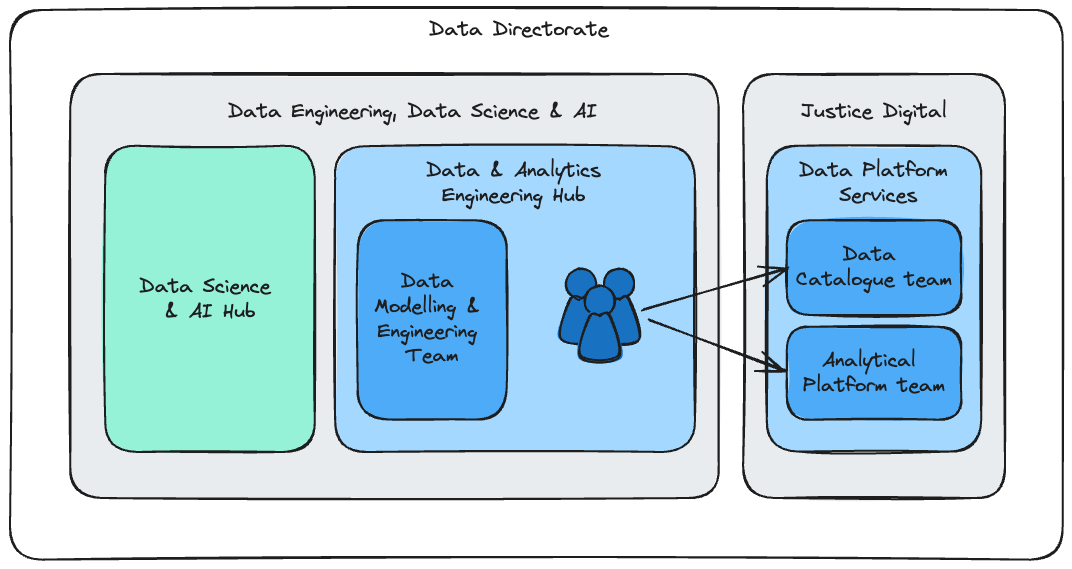
Above: src/content/about/structure/images/team-structure.excalidraw.png in ministryofjustice/data-and-analytics-engineering (Excalidraw), before the change. Source tidied: one line per element, renumbered; positions are measured from the earlier drawing's top-left corner, leaving out a move shared by most shapes. Source of this version:
```json
{"id": 0, "type": "rectangle", "strokeColor": "#1e1e1e", "backgroundColor": "#e9ecef", "fillStyle": "solid", "strokeWidth": 2, "roughness": 1, "round": true, "x": 733, "y": 64, "width": 262, "height": 424}
{"id": 1, "type": "rectangle", "strokeColor": "#1e1e1e", "backgroundColor": "#e9ecef", "fillStyle": "solid", "strokeWidth": 2, "roughness": 1, "round": true, "x": 60, "y": 64, "width": 648, "height": 424}
{"id": 2, "type": "rectangle", "strokeColor": "#1e1e1e", "backgroundColor": "#96f2d7", "fillStyle": "solid", "strokeWidth": 2, "roughness": 1, "round": true, "x": 95, "y": 136, "width": 210, "height": 306}
{"id": 3, "type": "text", "text": "Data Science \n& AI Hub", "strokeColor": "#1e1e1e", "strokeWidth": 2, "roughness": 1, "fontSize": 20, "fontFamily": 1, "textAlign": "center", "verticalAlign": "middle", "inside": 2, "x": 129, "y": 264, "width": 141, "height": 50}
{"id": 4, "type": "rectangle", "strokeColor": "#1e1e1e", "backgroundColor": "#a5d8ff", "fillStyle": "solid", "strokeWidth": 2, "roughness": 1, "round": true, "x": 325, "y": 136, "width": 360, "height": 306}
{"id": 5, "type": "rectangle", "strokeColor": "#1e1e1e", "backgroundColor": "#4dabf7", "fillStyle": "solid", "strokeWidth": 2, "roughness": 1, "round": true, "x": 348, "y": 210, "width": 149, "height": 199}
{"id": 6, "type": "text", "text": "Data \nModelling & \nEngineering \nTeam", "strokeColor": "#1e1e1e", "backgroundColor": "#96f2d7", "fillStyle": "hachure", "strokeWidth": 2, "roughness": 1, "fontSize": 19.79, "fontFamily": 1, "textAlign": "center", "verticalAlign": "middle", "inside": 5, "x": 364, "y": 260, "width": 116, "height": 99}
{"id": 7, "type": "text", "text": "Data & Analytics\nEngineering Hub", "strokeColor": "#1e1e1e", "backgroundColor": "#96f2d7", "fillStyle": "solid", "strokeWidth": 2, "roughness": 1, "fontSize": 20, "fontFamily": 1, "textAlign": "center", "x": 416, "y": 148, "width": 175, "height": 50}
{"id": 8, "type": "text", "text": "Data Engineering, Data Science & AI", "strokeColor": "#1e1e1e", "backgroundColor": "#96f2d7", "fillStyle": "solid", "strokeWidth": 2, "roughness": 1, "fontSize": 20, "fontFamily": 1, "x": 218, "y": 89, "width": 369, "height": 25}
{"id": 9, "type": "text", "text": "Justice Digital", "strokeColor": "#1e1e1e", "backgroundColor": "#96f2d7", "fillStyle": "solid", "strokeWidth": 2, "roughness": 1, "fontSize": 20, "fontFamily": 1, "x": 791, "y": 89, "width": 146, "height": 25}
{"id": 10, "type": "ellipse", "strokeColor": "#1e1e1e", "backgroundColor": "#1971c2", "fillStyle": "solid", "strokeWidth": 2, "roughness": 1, "x": 556, "y": 259, "width": 30, "height": 30}
{"id": 11, "type": "line", "strokeColor": "#1e1e1e", "backgroundColor": "#1971c2", "fillStyle": "solid", "strokeWidth": 2, "roughness": 1, "round": true, "x": 571, "y": 289, "width": 40, "height": 40, "points": [[0, 0], [10, 0], [20, 40], [-20, 40], [-10, 0], [0, 0]]}
{"id": 12, "type": "ellipse", "strokeColor": "#1e1e1e", "backgroundColor": "#1971c2", "fillStyle": "solid", "strokeWidth": 2, "roughness": 1, "x": 594, "y": 259, "width": 30, "height": 30}
{"id": 13, "type": "line", "strokeColor": "#1e1e1e", "backgroundColor": "#1971c2", "fillStyle": "solid", "strokeWidth": 2, "roughness": 1, "round": true, "x": 609, "y": 289, "width": 40, "height": 40, "points": [[0, 0], [10, 0], [20, 40], [-20, 40], [-10, 0], [0, 0]]}
{"id": 14, "type": "ellipse", "strokeColor": "#1e1e1e", "backgroundColor": "#1971c2", "fillStyle": "solid", "strokeWidth": 2, "roughness": 1, "x": 575, "y": 276, "width": 30, "height": 30}
{"id": 15, "type": "line", "strokeColor": "#1e1e1e", "backgroundColor": "#1971c2", "fillStyle": "solid", "strokeWidth": 2, "roughness": 1, "round": true, "x": 590, "y": 306, "width": 40, "height": 40, "points": [[0, 0], [10, 0], [20, 40], [-20, 40], [-10, 0], [0, 0]]}
{"id": 16, "type": "rectangle", "strokeColor": "#1e1e1e", "backgroundColor": "#a5d8ff", "fillStyle": "solid", "strokeWidth": 2, "roughness": 1, "round": true, "x": 757, "y": 136, "width": 214, "height": 306}
{"id": 17, "type": "text", "text": "Data Platform \nServices", "strokeColor": "#1e1e1e", "strokeWidth": 2, "roughness": 1, "fontSize": 20, "fontFamily": 1, "textAlign": "center", "x": 789, "y": 148, "width": 159, "height": 50}
{"id": 18, "type": "rectangle", "strokeColor": "#1e1e1e", "backgroundColor": "#4dabf7", "fillStyle": "solid", "strokeWidth": 2, "roughness": 1, "round": true, "x": 777, "y": 210, "width": 175, "height": 95}
{"id": 19, "type": "text", "text": "Data \nCatalogue team", "strokeColor": "#1e1e1e", "backgroundColor": "#96f2d7", "fillStyle": "hachure", "strokeWidth": 2, "roughness": 1, "fontSize": 19.79, "fontFamily": 1, "textAlign": "center", "verticalAlign": "middle", "inside": 18, "x": 786, "y": 233, "width": 156, "height": 49}
{"id": 20, "type": "rectangle", "strokeColor": "#1e1e1e", "backgroundColor": "#4dabf7", "fillStyle": "solid", "strokeWidth": 2, "roughness": 1, "round": true, "x": 777, "y": 317, "width": 175, "height": 93}
{"id": 21, "type": "text", "text": "Analytical \nPlatform team", "strokeColor": "#1e1e1e", "backgroundColor": "#96f2d7", "fillStyle": "hachure", "strokeWidth": 2, "roughness": 1, "fontSize": 19.79, "fontFamily": 1, "textAlign": "center", "verticalAlign": "middle", "inside": 20, "x": 793, "y": 339, "width": 142, "height": 49}
{"id": 22, "type": "arrow", "strokeColor": "#1e1e1e", "strokeWidth": 2, "roughness": 1, "endArrowhead": "arrow", "round": true, "to": 18, "x": 633, "y": 301, "width": 145, "height": 43, "points": [[0, 0], [145, -43]]}
{"id": 23, "type": "arrow", "strokeColor": "#1e1e1e", "strokeWidth": 2, "roughness": 1, "endArrowhead": "arrow", "round": true, "to": 20, "x": 639, "y": 311, "width": 137, "height": 50, "points": [[0, 0], [137, 50]]}
{"id": 24, "type": "rectangle", "strokeColor": "#1e1e1e", "strokeWidth": 2, "roughness": 1, "round": true, "x": 0, "y": 0, "width": 1053, "height": 550}
{"id": 25, "type": "text", "text": "Data Directorate", "strokeColor": "#1e1e1e", "strokeWidth": 2, "roughness": 1, "fontSize": 20, "fontFamily": 1, "x": 419, "y": 7, "width": 180, "height": 25}
```
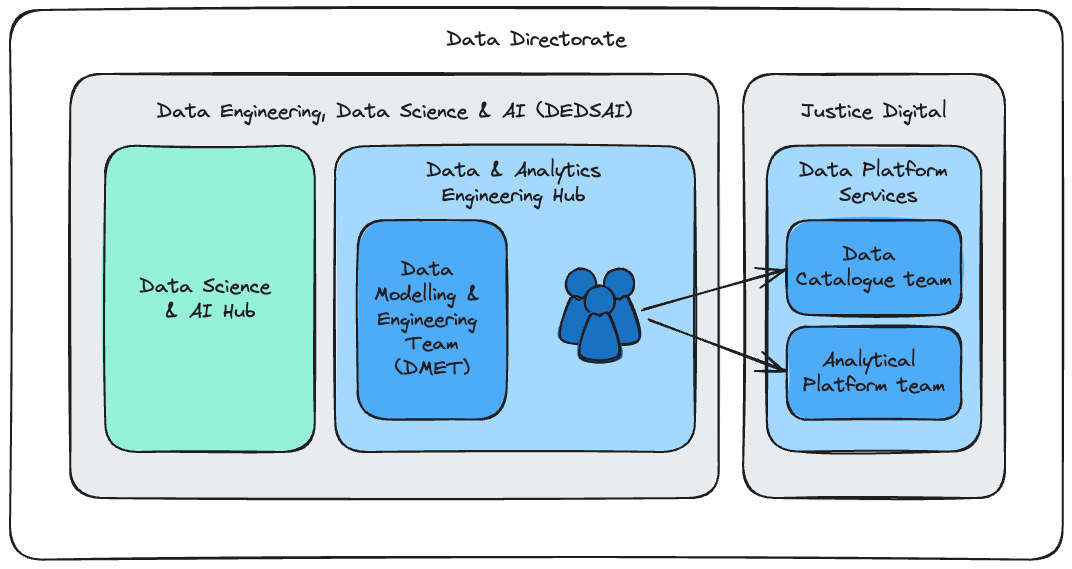
The same file after the commit.

What changed in the source:
```diff
@@ -4,9 +4,9 @@
 {"id": 3, "type": "text", "text": "Data Science \n& AI Hub", "strokeColor": "#1e1e1e", "strokeWidth": 2, "roughness": 1, "fontSize": 20, "fontFamily": 1, "textAlign": "center", "verticalAlign": "middle", "inside": 2, "x": 129, "y": 264, "width": 141, "height": 50}
 {"id": 4, "type": "rectangle", "strokeColor": "#1e1e1e", "backgroundColor": "#a5d8ff", "fillStyle": "solid", "strokeWidth": 2, "roughness": 1, "round": true, "x": 325, "y": 136, "width": 360, "height": 306}
 {"id": 5, "type": "rectangle", "strokeColor": "#1e1e1e", "backgroundColor": "#4dabf7", "fillStyle": "solid", "strokeWidth": 2, "roughness": 1, "round": true, "x": 348, "y": 210, "width": 149, "height": 199}
-{"id": 6, "type": "text", "text": "Data \nModelling & \nEngineering \nTeam", "strokeColor": "#1e1e1e", "backgroundColor": "#96f2d7", "fillStyle": "hachure", "strokeWidth": 2, "roughness": 1, "fontSize": 19.79, "fontFamily": 1, "textAlign": "center", "verticalAlign": "middle", "inside": 5, "x": 364, "y": 260, "width": 116, "height": 99}
+{"id": 6, "type": "text", "text": "Data \nModelling & \nEngineering \nTeam\n(DMET)", "strokeColor": "#1e1e1e", "backgroundColor": "#96f2d7", "fillStyle": "hachure", "strokeWidth": 2, "roughness": 1, "fontSize": 19.79, "fontFamily": 1, "textAlign": "center", "verticalAlign": "middle", "inside": 5, "x": 364, "y": 248, "width": 116, "height": 124}
 {"id": 7, "type": "text", "text": "Data & Analytics\nEngineering Hub", "strokeColor": "#1e1e1e", "backgroundColor": "#96f2d7", "fillStyle": "solid", "strokeWidth": 2, "roughness": 1, "fontSize": 20, "fontFamily": 1, "textAlign": "center", "x": 416, "y": 148, "width": 175, "height": 50}
-{"id": 8, "type": "text", "text": "Data Engineering, Data Science & AI", "strokeColor": "#1e1e1e", "backgroundColor": "#96f2d7", "fillStyle": "solid", "strokeWidth": 2, "roughness": 1, "fontSize": 20, "fontFamily": 1, "x": 218, "y": 89, "width": 369, "height": 25}
+{"id": 8, "type": "text", "text": "Data Engineering, Data Science & AI (DEDSAI)", "strokeColor": "#1e1e1e", "backgroundColor": "#96f2d7", "fillStyle": "solid", "strokeWidth": 2, "roughness": 1, "fontSize": 20, "fontFamily": 1, "x": 147, "y": 89, "width": 475, "height": 25}
 {"id": 9, "type": "text", "text": "Justice Digital", "strokeColor": "#1e1e1e", "backgroundColor": "#96f2d7", "fillStyle": "solid", "strokeWidth": 2, "roughness": 1, "fontSize": 20, "fontFamily": 1, "x": 791, "y": 89, "width": 146, "height": 25}
 {"id": 10, "type": "ellipse", "strokeColor": "#1e1e1e", "backgroundColor": "#1971c2", "fillStyle": "solid", "strokeWidth": 2, "roughness": 1, "x": 556, "y": 259, "width": 30, "height": 30}
 {"id": 11, "type": "line", "strokeColor": "#1e1e1e", "backgroundColor": "#1971c2", "fillStyle": "solid", "strokeWidth": 2, "roughness": 1, "round": true, "x": 571, "y": 289, "width": 40, "height": 40, "points": [[0, 0], [10, 0], [20, 40], [-20, 40], [-10, 0], [0, 0]]}
@@ -20,7 +20,7 @@
 {"id": 19, "type": "text", "text": "Data \nCatalogue team", "strokeColor": "#1e1e1e", "backgroundColor": "#96f2d7", "fillStyle": "hachure", "strokeWidth": 2, "roughness": 1, "fontSize": 19.79, "fontFamily": 1, "textAlign": "center", "verticalAlign": "middle", "inside": 18, "x": 786, "y": 233, "width": 156, "height": 49}
 {"id": 20, "type": "rectangle", "strokeColor": "#1e1e1e", "backgroundColor": "#4dabf7", "fillStyle": "solid", "strokeWidth": 2, "roughness": 1, "round": true, "x": 777, "y": 317, "width": 175, "height": 93}
 {"id": 21, "type": "text", "text": "Analytical \nPlatform team", "strokeColor": "#1e1e1e", "backgroundColor": "#96f2d7", "fillStyle": "hachure", "strokeWidth": 2, "roughness": 1, "fontSize": 19.79, "fontFamily": 1, "textAlign": "center", "verticalAlign": "middle", "inside": 20, "x": 793, "y": 339, "width": 142, "height": 49}
-{"id": 22, "type": "arrow", "strokeColor": "#1e1e1e", "strokeWidth": 2, "roughness": 1, "endArrowhead": "arrow", "round": true, "to": 18, "x": 633, "y": 301, "width": 145, "height": 43, "points": [[0, 0], [145, -43]]}
+{"id": 22, "type": "arrow", "strokeColor": "#1e1e1e", "strokeWidth": 2, "roughness": 1, "endArrowhead": "arrow", "round": true, "to": 18, "x": 633, "y": 301, "width": 142, "height": 42, "points": [[0, 0], [142, -42]]}
 {"id": 23, "type": "arrow", "strokeColor": "#1e1e1e", "strokeWidth": 2, "roughness": 1, "endArrowhead": "arrow", "round": true, "to": 20, "x": 639, "y": 311, "width": 137, "height": 50, "points": [[0, 0], [137, 50]]}
 {"id": 24, "type": "rectangle", "strokeColor": "#1e1e1e", "strokeWidth": 2, "roughness": 1, "round": true, "x": 0, "y": 0, "width": 1053, "height": 550}
-{"id": 25, "type": "text", "text": "Data Directorate", "strokeColor": "#1e1e1e", "strokeWidth": 2, "roughness": 1, "fontSize": 20, "fontFamily": 1, "x": 419, "y": 7, "width": 180, "height": 25}
+{"id": 25, "type": "text", "text": "Data Directorate", "strokeColor": "#1e1e1e", "strokeWidth": 2, "roughness": 1, "fontSize": 20, "fontFamily": 1, "x": 436, "y": 17, "width": 180, "height": 25}
```
